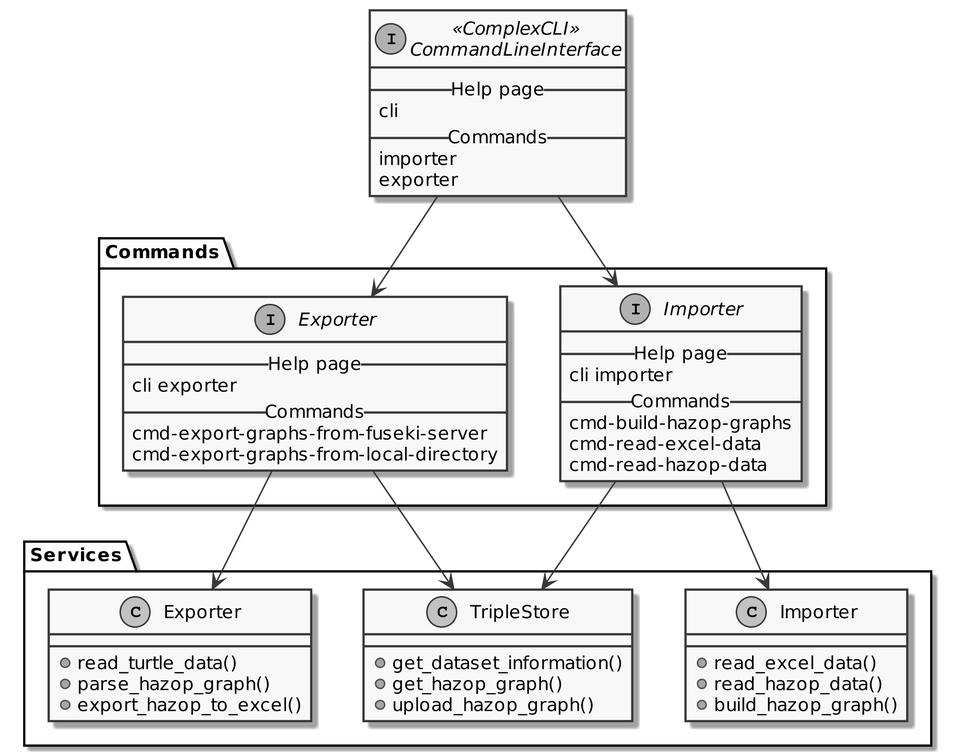
dmytkost/HAZOP2RDF keeps this PlantUML diagram as docs/plantuml/cli_structure.png. Above is the earlier version.
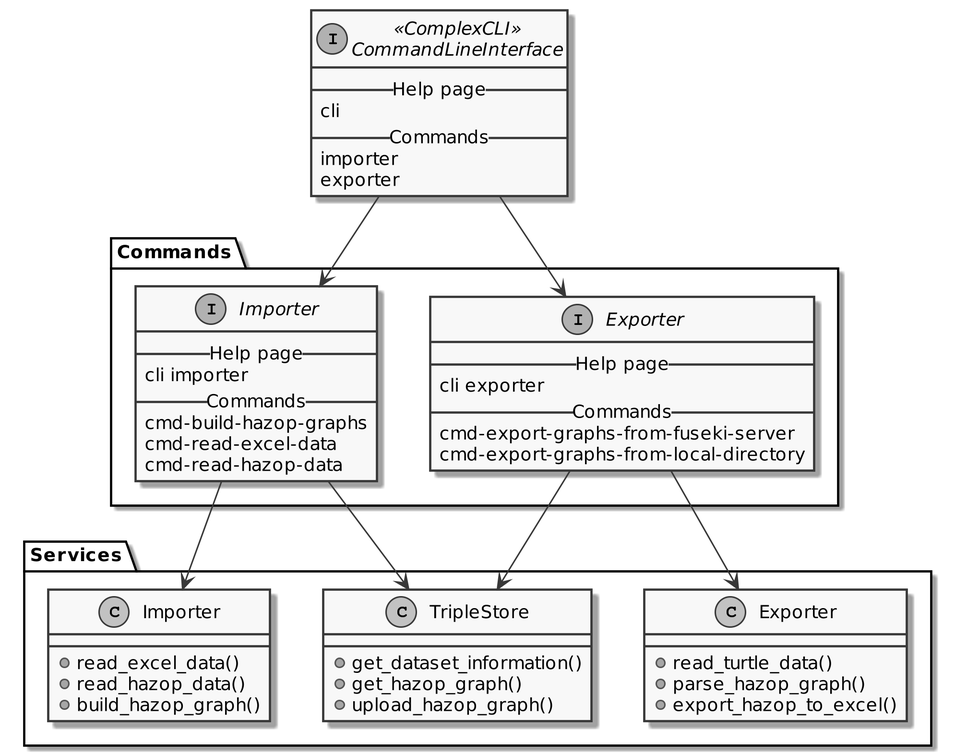
After the change.

Commit message:
Docs: updated CLI diagram

The edit, as a diff of the source:
```diff
@@ -12,6 +12,14 @@
 }
 
 namespace Commands {
+    interface Exporter {
+        __ Help page __
+        cli exporter
+        __ Commands __
+        cmd-export-graphs-from-fuseki-server
+        cmd-export-graphs-from-local-directory
+    }
+
     interface Importer {
         __ Help page __
         cli importer
@@ -20,27 +28,19 @@
         cmd-read-excel-data
         cmd-read-hazop-data
     }
-
-    interface Exporter {
-        __ Help page __
-        cli exporter
-        __ Commands __
-        cmd-export-graphs-from-fuseki-server
-        cmd-export-graphs-from-local-directory
-    }
 }
 
 namespace Services {
+    class Exporter {
+        + read_turtle_data()
+        + parse_hazop_graph()
+        + export_hazop_to_excel()
+    }
+
     class Importer {
         + read_excel_data()
         + read_hazop_data()
         + build_hazop_graph()
-    }
-
-    class Exporter {
-        + read_turtle_data()
-        + parse_hazop_graph()
-        + export_hazop_to_excel()
     }
 
     class TripleStore {
@@ -50,12 +50,12 @@
     }
 }
 
+CommandLineInterface --> Commands.Exporter
 CommandLineInterface --> Commands.Importer
-CommandLineInterface --> Commands.Exporter
+
+Commands.Exporter --> Services.Exporter
+Commands.Exporter --> Services.TripleStore
 
 Commands.Importer --> Services.Importer
 Commands.Importer --> Services.TripleStore
-
-Commands.Exporter --> Services.Exporter
-Commands.Exporter --> Services.TripleStore
 @enduml
```
